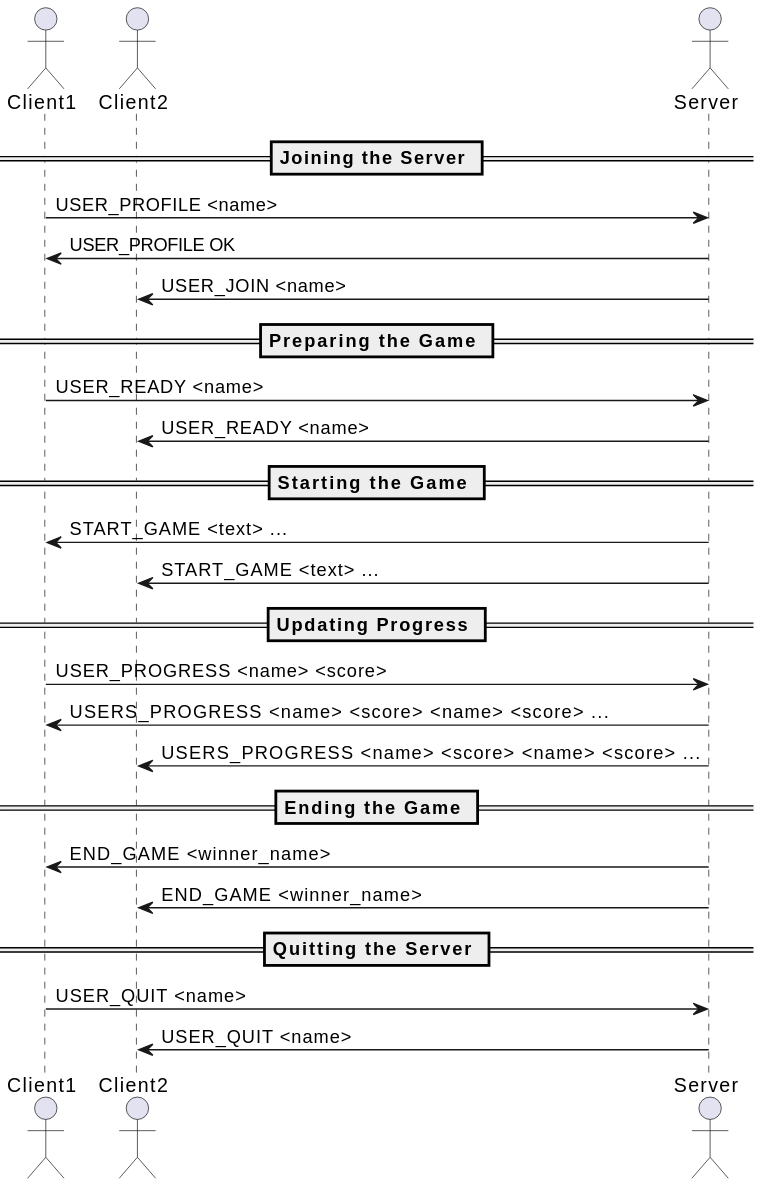
Above: docs/diagram.svg in HEIGVD-S3-DAI/fastpaws (PlantUML), before the change.
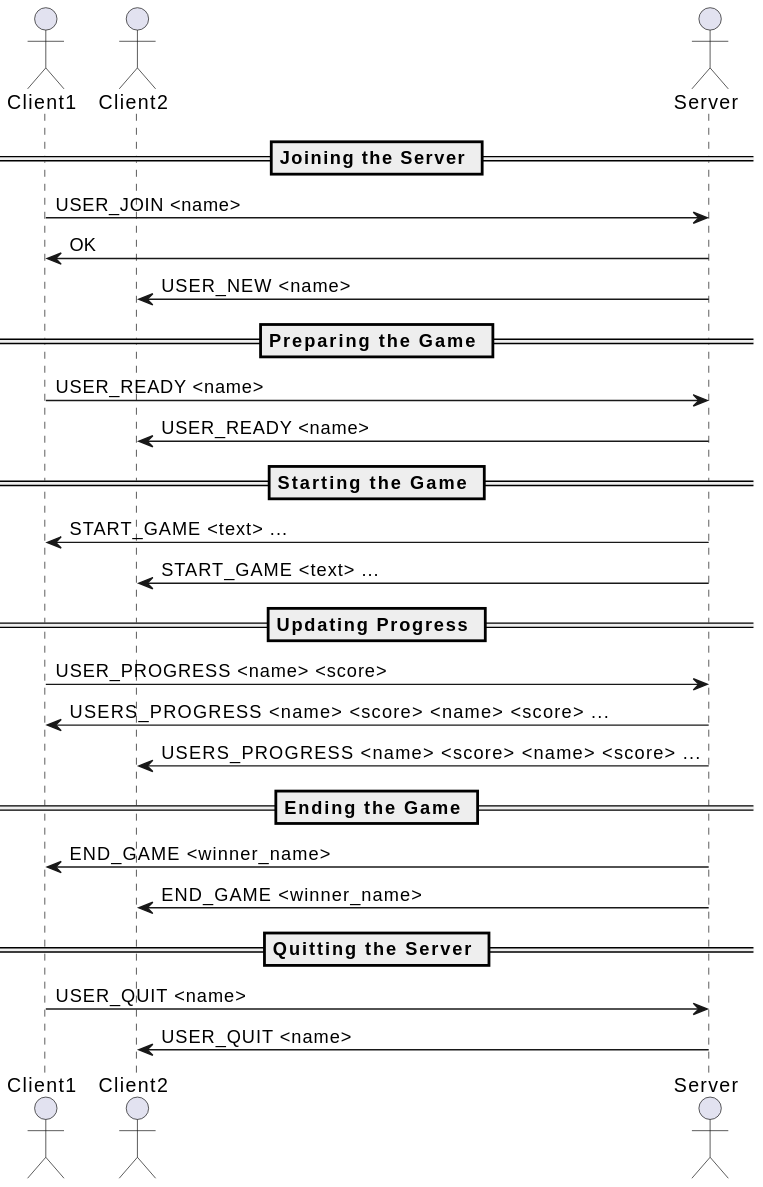
After the commit.

Change to the diagram source:
```diff
@@ -5,9 +5,9 @@
 
 == Joining the Server ==
 
-Client1 -> Server: USER_PROFILE <name>
-Server -> Client1: USER_PROFILE OK
-Server -> Client2: USER_JOIN <name>
+Client1 -> Server: USER_JOIN <name>
+Server -> Client1: OK
+Server -> Client2: USER_NEW <name>
 
 == Preparing the Game ==
 
```
